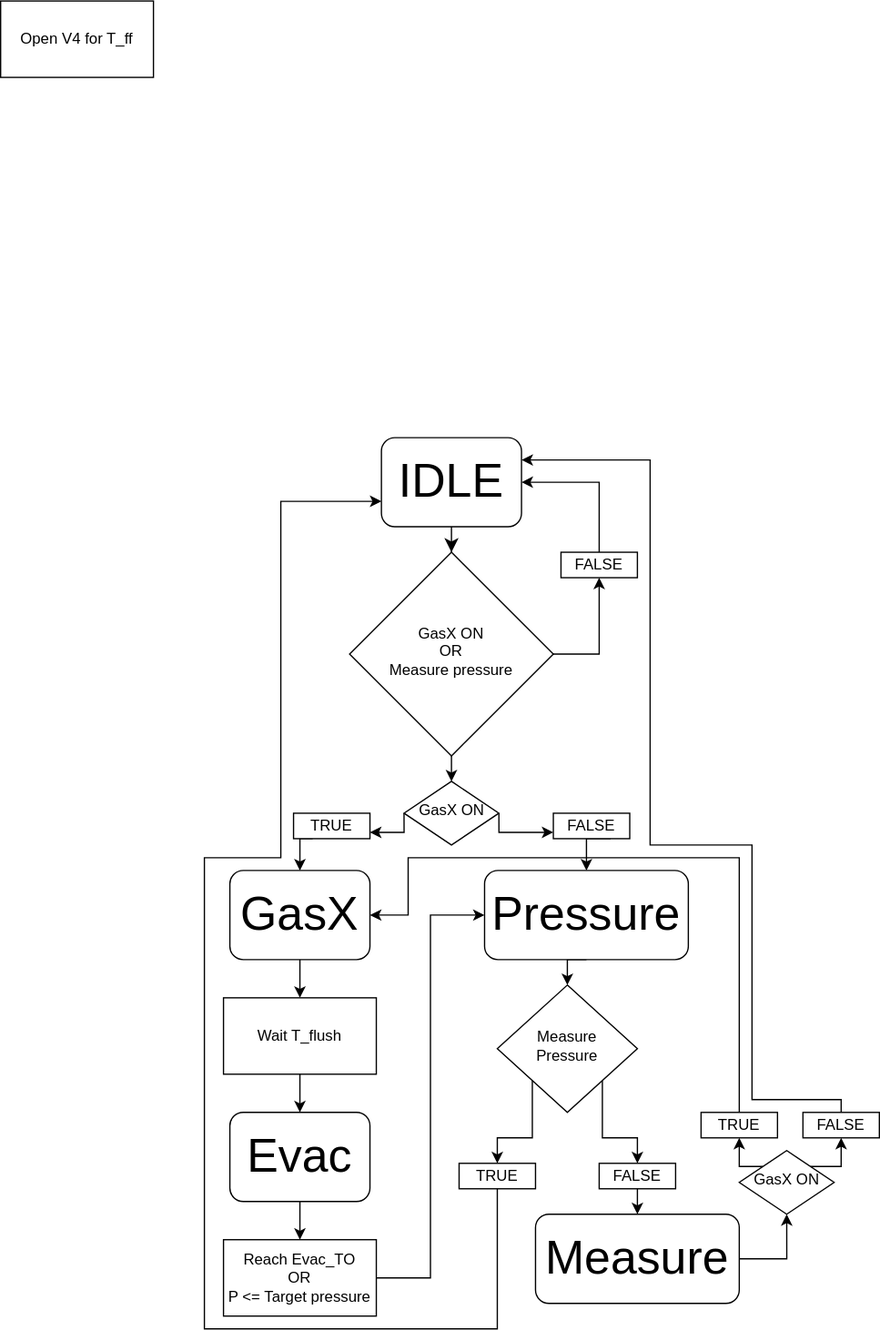
This is flow_chart.svg from lampnis/vi-things, a draw.io export, as it was before one commit. Source tidied: cells renumbered, new cells last; positions are measured from the earlier drawing's top-left corner, leaving out a move shared by most shapes.
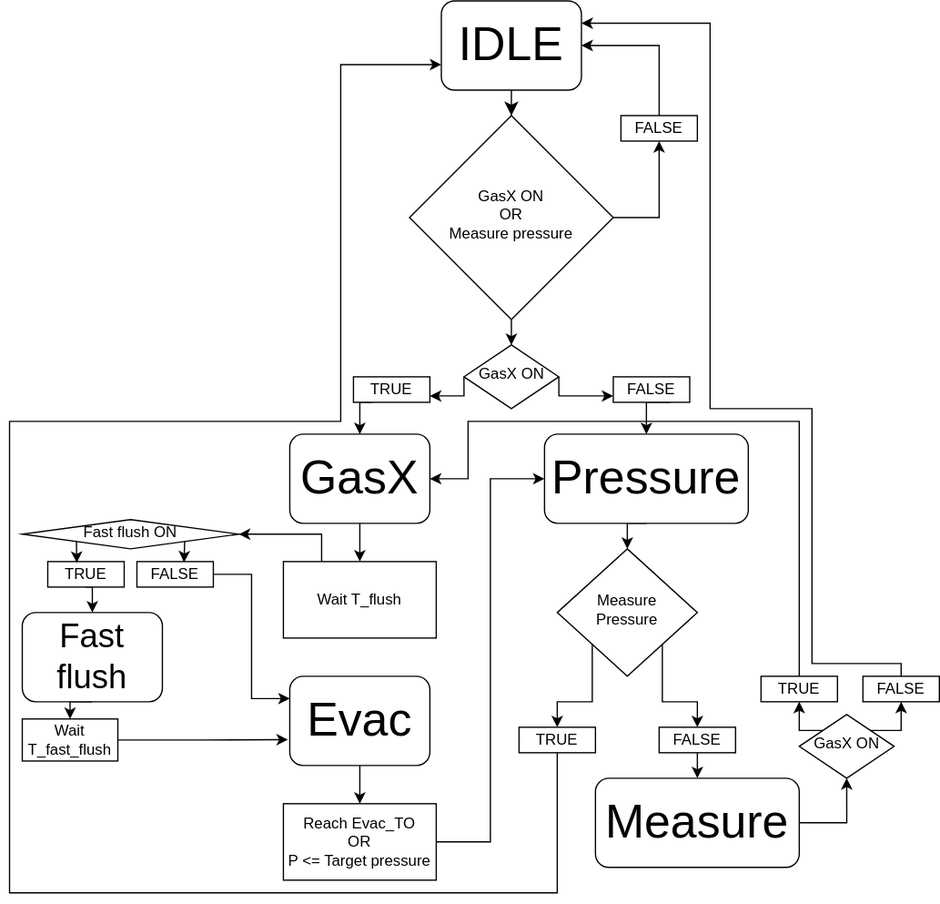
After the change.

The edit, as a diff of the source:
```diff
@@ -34,9 +34,9 @@
     <mxCell id="10" value="&lt;font style=&quot;font-size: 37px;&quot;&gt;Pressure&lt;/font&gt;" style="rounded=1;whiteSpace=wrap;html=1;fontSize=12;glass=0;strokeWidth=1;shadow=0;" parent="1" vertex="1">
       <mxGeometry x="380" y="683" width="160" height="70" as="geometry" />
     </mxCell>
-    <mxCell id="11" style="edgeStyle=orthogonalEdgeStyle;rounded=0;jettySize=auto;html=1;exitX=0.5;exitY=1;exitDx=0;exitDy=0;entryX=0.5;entryY=0;entryDx=0;entryDy=0;" parent="1" edge="1" source="12" target="14">
-      <mxGeometry relative="1" as="geometry" />
-    </mxCell>
+    <mxCell id="43" style="edgeStyle=orthogonalEdgeStyle;rounded=0;jettySize=auto;html=1;exitX=0.25;exitY=0;exitDx=0;exitDy=0;entryX=1;entryY=0.5;entryDx=0;entryDy=0;" parent="1" edge="1" source="12" target="44">
+      <mxGeometry relative="1" as="geometry" />
+    </mxCell>
     <mxCell id="12" value="Wait T_flush" style="rounded=0;whiteSpace=wrap;html=1;" parent="1" vertex="1">
       <mxGeometry x="175" y="783" width="120" height="60" as="geometry" />
     </mxCell>
@@ -66,11 +66,10 @@
         <mxPoint x="299" y="393" as="targetPoint" />
         <Array as="points">
           <mxPoint x="390" y="1043" />
-          <mxPoint x="160" y="1043" />
-          <mxPoint x="160" y="673" />
+          <mxPoint x="-40" y="1043" />
+          <mxPoint x="-40" y="673" />
           <mxPoint x="220" y="673" />
           <mxPoint x="220" y="393" />
-          <mxPoint x="299" y="393" />
         </Array>
       </mxGeometry>
     </mxCell>
@@ -159,8 +158,38 @@
         </Array>
       </mxGeometry>
     </mxCell>
-    <mxCell id="42" value="Open V4 for T_ff" style="rounded=0;whiteSpace=wrap;html=1;" parent="1" vertex="1">
-      <mxGeometry width="120" height="60" as="geometry" />
-    </mxCell>
+    <mxCell id="44" value="Fast flush ON" style="rhombus;whiteSpace=wrap;html=1;shadow=0;fontFamily=Helvetica;fontSize=12;align=center;strokeWidth=1;spacing=6;spacingTop=-4;" parent="1" vertex="1">
+      <mxGeometry x="-30" y="750" width="170" height="23" as="geometry" />
+    </mxCell>
+    <mxCell id="45" style="edgeStyle=orthogonalEdgeStyle;rounded=0;jettySize=auto;html=1;exitX=0.5;exitY=1;exitDx=0;exitDy=0;entryX=0.5;entryY=0;entryDx=0;entryDy=0;" parent="1" edge="1" source="46" target="52">
+      <mxGeometry relative="1" as="geometry" />
+    </mxCell>
+    <mxCell id="46" value="TRUE" style="rounded=0;whiteSpace=wrap;html=1;" parent="1" vertex="1">
+      <mxGeometry x="-10" y="783" width="60" height="20" as="geometry" />
+    </mxCell>
+    <mxCell id="47" style="edgeStyle=orthogonalEdgeStyle;rounded=0;jettySize=auto;html=1;exitX=1;exitY=0.5;exitDx=0;exitDy=0;entryX=0;entryY=0.25;entryDx=0;entryDy=0;" parent="1" edge="1" source="48" target="14">
+      <mxGeometry relative="1" as="geometry" />
+    </mxCell>
+    <mxCell id="48" value="FALSE" style="rounded=0;whiteSpace=wrap;html=1;" parent="1" vertex="1">
+      <mxGeometry x="60" y="783" width="60" height="20" as="geometry" />
+    </mxCell>
+    <mxCell id="49" style="edgeStyle=orthogonalEdgeStyle;rounded=0;jettySize=auto;html=1;exitX=0;exitY=1;exitDx=0;exitDy=0;entryX=0.38;entryY=0.047;entryDx=0;entryDy=0;entryPerimeter=0;" parent="1" edge="1" source="44" target="46">
+      <mxGeometry relative="1" as="geometry" />
+    </mxCell>
+    <mxCell id="50" style="edgeStyle=orthogonalEdgeStyle;rounded=0;jettySize=auto;html=1;exitX=1;exitY=1;exitDx=0;exitDy=0;entryX=0.616;entryY=0.031;entryDx=0;entryDy=0;entryPerimeter=0;" parent="1" edge="1" source="44" target="48">
+      <mxGeometry relative="1" as="geometry" />
+    </mxCell>
+    <mxCell id="51" style="edgeStyle=orthogonalEdgeStyle;rounded=0;jettySize=auto;html=1;exitX=0.5;exitY=1;exitDx=0;exitDy=0;entryX=0.5;entryY=0;entryDx=0;entryDy=0;" parent="1" edge="1" source="52" target="53">
+      <mxGeometry relative="1" as="geometry" />
+    </mxCell>
+    <mxCell id="52" value="&lt;font style=&quot;font-size: 26px;&quot;&gt;Fast&lt;/font&gt;&lt;div&gt;&lt;font style=&quot;font-size: 26px;&quot;&gt;flush&lt;/font&gt;&lt;/div&gt;" style="rounded=1;whiteSpace=wrap;html=1;fontSize=12;glass=0;strokeWidth=1;shadow=0;" parent="1" vertex="1">
+      <mxGeometry x="-30" y="823" width="110" height="70" as="geometry" />
+    </mxCell>
+    <mxCell id="53" value="&lt;font&gt;Wait T_fast_flush&lt;/font&gt;" style="rounded=0;whiteSpace=wrap;html=1;" parent="1" vertex="1">
+      <mxGeometry x="-30" y="906.5" width="75" height="33" as="geometry" />
+    </mxCell>
+    <mxCell id="54" style="edgeStyle=orthogonalEdgeStyle;rounded=0;jettySize=auto;html=1;exitX=1;exitY=0.5;exitDx=0;exitDy=0;entryX=-0.013;entryY=0.71;entryDx=0;entryDy=0;entryPerimeter=0;" parent="1" edge="1" source="53" target="14">
+      <mxGeometry relative="1" as="geometry" />
+    </mxCell>
   </root>
 </mxGraphModel>
```
